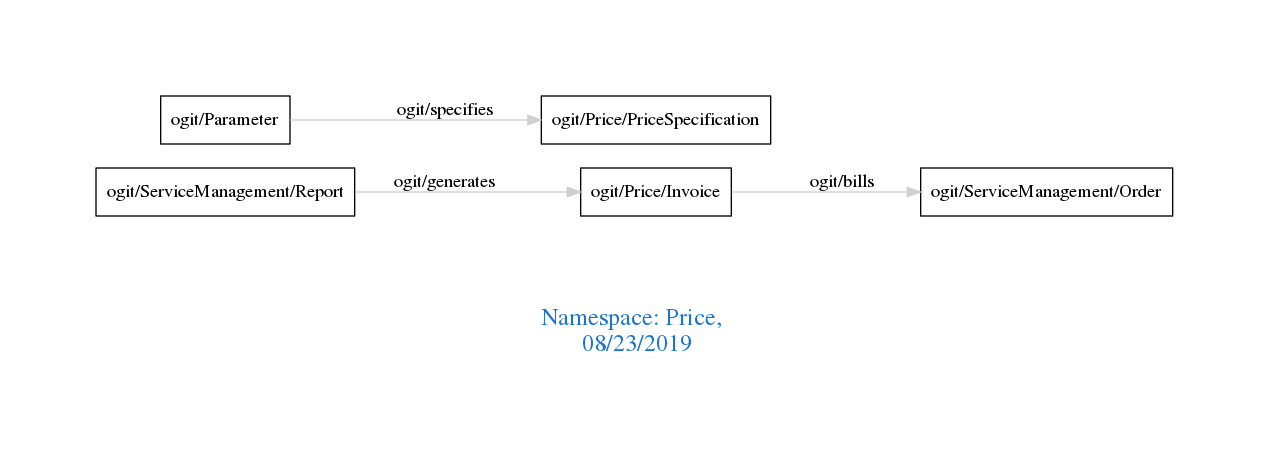
Above: downloads/Price.png in arago/OGIT (Graphviz), before the change. Its source is kept beside it as downloads/Price.dot.
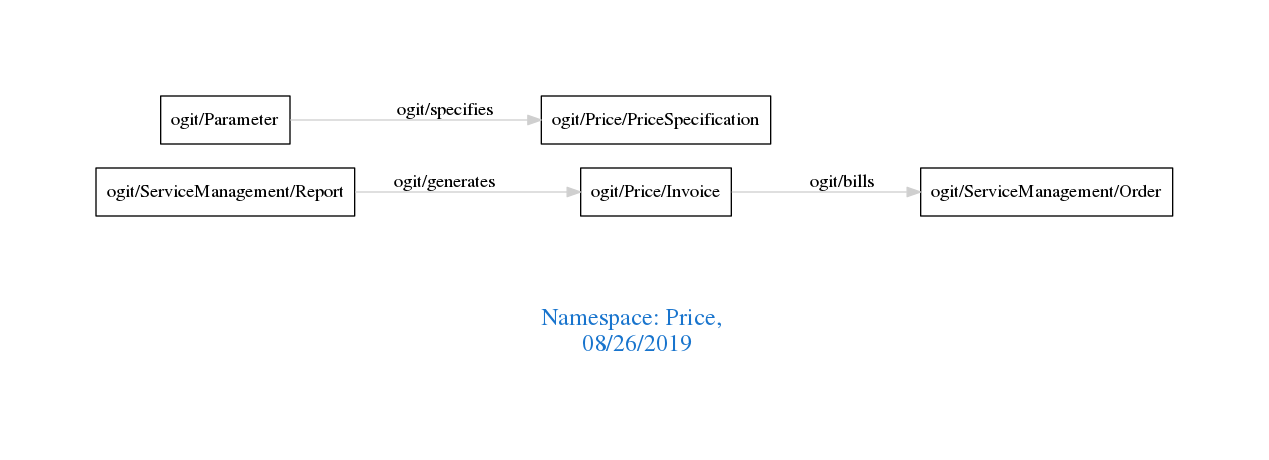
After the change.

What changed in the source:
```diff
@@ -1,7 +1,7 @@
 digraph OGIT_ontology {
  graph [ rankdir= LR,pad=1
 fontsize = 18,
-fontcolor= dodgerblue3,label = "\n\n\nNamespace: Price, \n 08/23/2019"];
+fontcolor= dodgerblue3,label = "\n\n\nNamespace: Price, \n 08/26/2019"];
 node[shape=polygon];
 edge [  color="gray81"];
 
```
